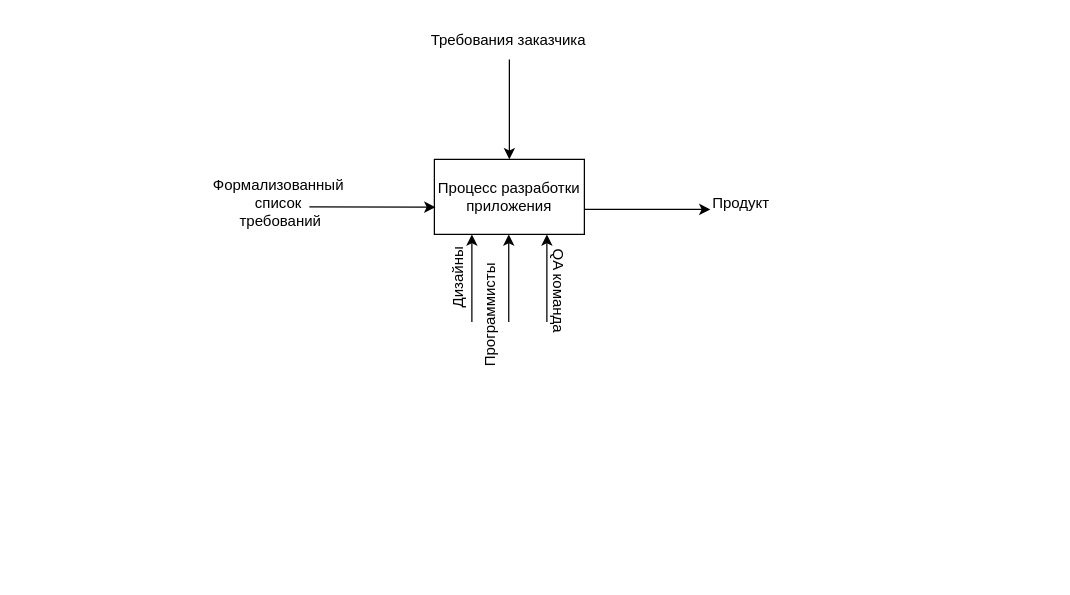
Before: page "A-0" (1 of 8) of Biểu đồ không có tiêu đề.drawio in quyettranvu/Lab1_IDEF, a draw.io diagram. Source tidied: cells renumbered, new cells numbered last; positions are measured from the earlier drawing's top-left corner, leaving out a move shared by most shapes. Both pictures are drawn from the tidied source at 125%, with x=0, y=0 at pixel (196, 21).
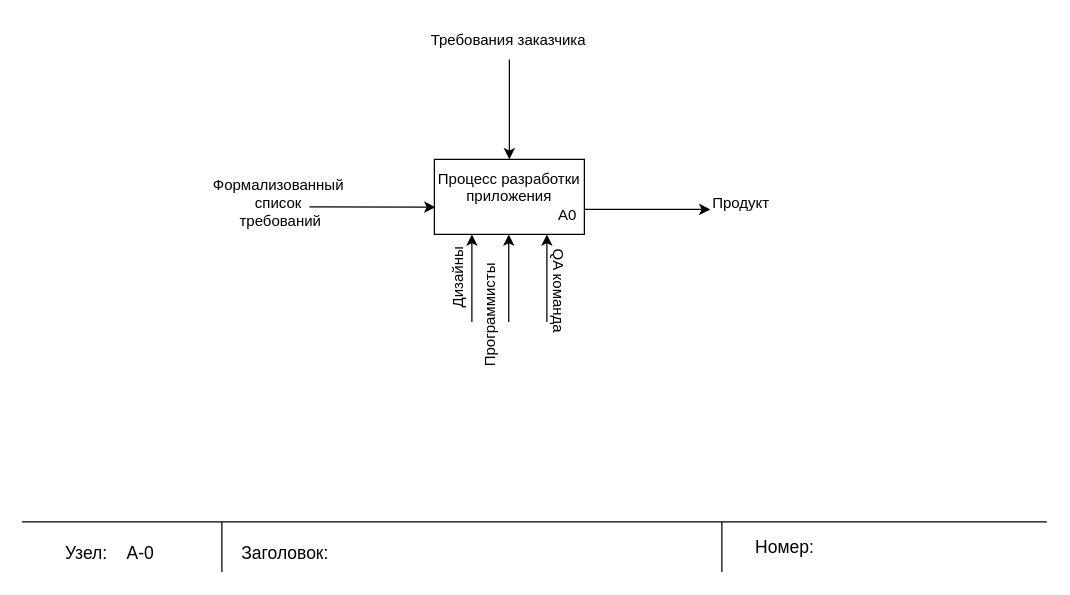
The same page after the edit.

Change to the diagram source:
```diff
@@
-    <mxCell id="2" value="Процесс разработки приложения" style="rounded=0;whiteSpace=wrap;html=1;" parent="1" vertex="1">
+    <mxCell id="2" value="Процесс разработки приложения&lt;br&gt;&amp;nbsp; &amp;nbsp; &amp;nbsp; &amp;nbsp; &amp;nbsp; &amp;nbsp; &amp;nbsp; &amp;nbsp; &amp;nbsp; &amp;nbsp; &amp;nbsp; &amp;nbsp; &amp;nbsp; &amp;nbsp; A0" style="rounded=0;whiteSpace=wrap;html=1;" parent="1" vertex="1">
       <mxGeometry x="190" y="110" width="120" height="60" as="geometry" />
     </mxCell>
@@
+    <mxCell id="15" style="endArrow=none;html=1;rounded=0;" parent="1" edge="1">
+      <mxGeometry relative="1" as="geometry">
+        <mxPoint x="-140" y="400" as="sourcePoint" />
+        <mxPoint x="680" y="400" as="targetPoint" />
+      </mxGeometry>
+    </mxCell>
+    <mxCell id="16" style="endArrow=none;html=1;rounded=0;" parent="1" edge="1">
+      <mxGeometry relative="1" as="geometry">
+        <mxPoint x="20" y="440" as="sourcePoint" />
+        <mxPoint x="20" y="400" as="targetPoint" />
+      </mxGeometry>
+    </mxCell>
+    <mxCell id="17" style="endArrow=none;html=1;rounded=0;" parent="1" edge="1">
+      <mxGeometry relative="1" as="geometry">
+        <mxPoint x="420" y="440" as="sourcePoint" />
+        <mxPoint x="420" y="400" as="targetPoint" />
+      </mxGeometry>
+    </mxCell>
+    <mxCell id="18" value="&lt;font style=&quot;font-size: 14px;&quot;&gt;Узел:&amp;nbsp; &amp;nbsp; A-0&lt;/font&gt;" style="text;html=1;align=center;verticalAlign=middle;strokeColor=none;fillColor=none;" parent="1" vertex="1">
+      <mxGeometry x="-115" y="410" width="90" height="30" as="geometry" />
+    </mxCell>
+    <mxCell id="19" value="&lt;div style=&quot;text-align: center;&quot;&gt;Заголовок:&amp;nbsp;&lt;br&gt;&lt;/div&gt;" style="text;whiteSpace=wrap;html=1;fontSize=14;" parent="1" vertex="1">
+      <mxGeometry x="34" y="410" width="140" height="25" as="geometry" />
+    </mxCell>
+    <mxCell id="20" value="Номер:" style="text;html=1;align=center;verticalAlign=middle;strokeColor=none;fillColor=none;fontSize=14;" parent="1" vertex="1">
+      <mxGeometry x="435" y="405" width="70" height="30" as="geometry" />
+    </mxCell>
```
